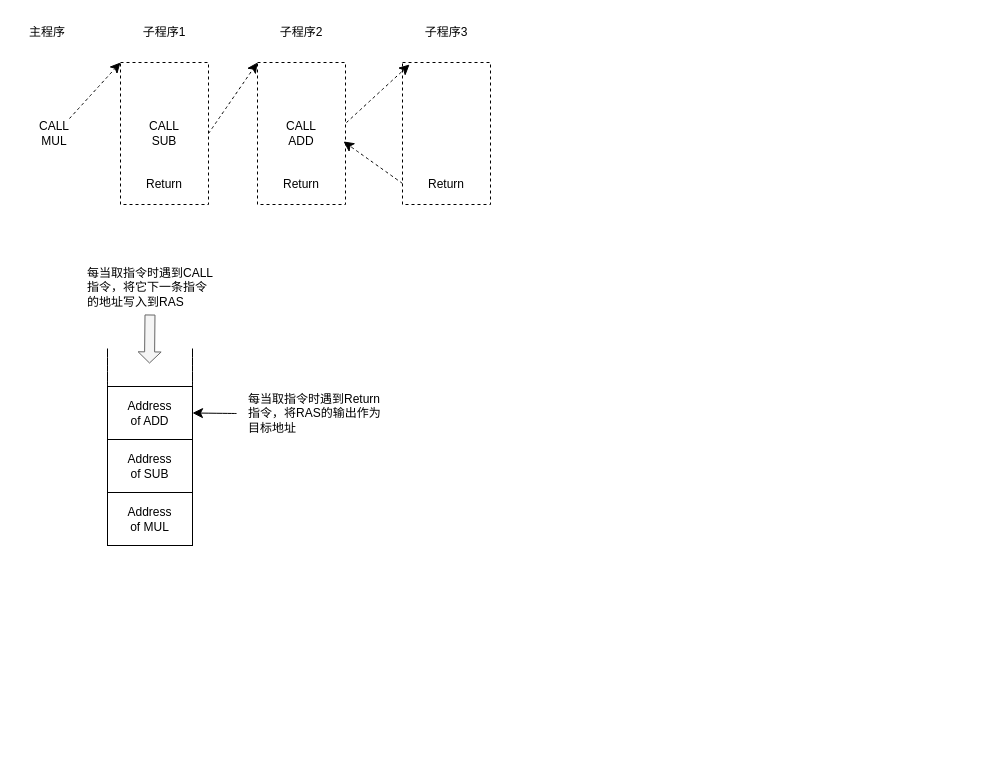
This is page "第 1 页" (1 of 2) of directory/RAS.drawio from lllwwwooo/draw.io, a draw.io file, before an edit. Source tidied: cells renumbered, new cells numbered last; positions are measured from the earlier drawing's top-left corner, leaving out a move shared by most shapes. Both pictures are drawn from the tidied source at 100%, with x=0, y=0 at pixel (17, 17).
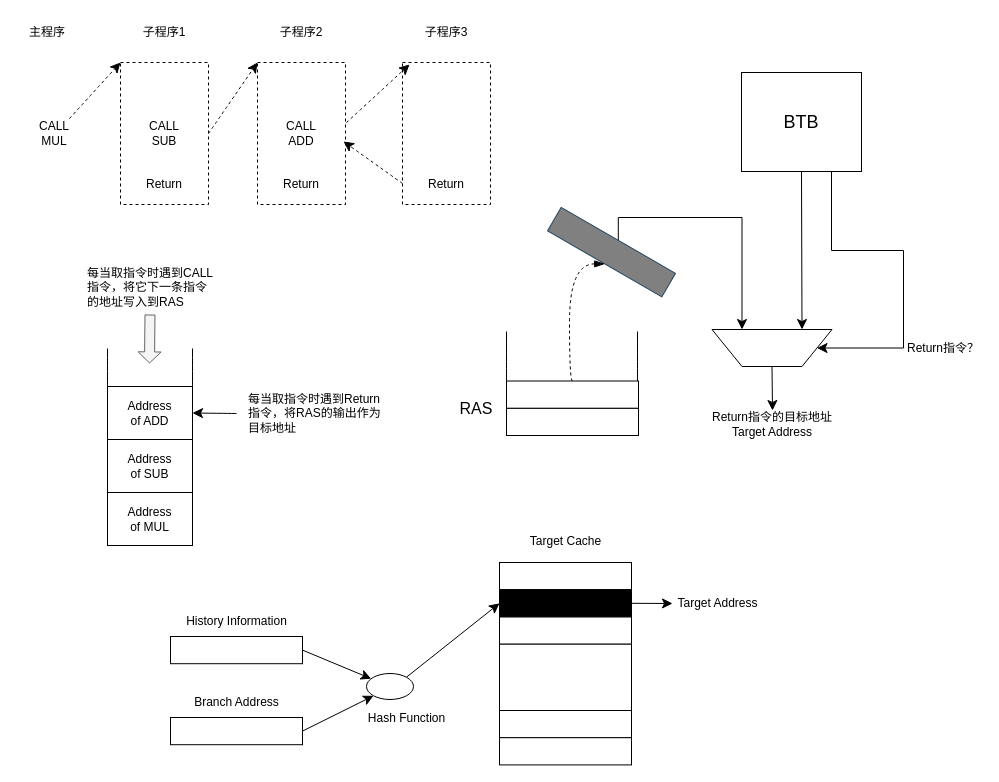
The same diagram, later.

The edit, as a diff of the source:
```diff
@@
+    <mxCell id="23" style="group;" parent="1" vertex="1">
+      <mxGeometry x="489" y="344" width="132" height="74" as="geometry" />
+    </mxCell>
+    <mxCell id="24" style="rounded=0;whiteSpace=wrap;html=1;" parent="23" vertex="1">
+      <mxGeometry y="46.8" width="132" height="27.2" as="geometry" />
+    </mxCell>
+    <mxCell id="25" style="rounded=0;whiteSpace=wrap;html=1;" parent="23" vertex="1">
+      <mxGeometry y="19.5" width="132" height="27.2" as="geometry" />
+    </mxCell>
+    <mxCell id="26" style="endArrow=none;html=1;rounded=0;fontSize=12;startSize=8;endSize=8;curved=1;exitX=0;exitY=0;exitDx=0;exitDy=0;" parent="23" edge="1" source="25">
+      <mxGeometry relative="1" as="geometry">
+        <mxPoint y="-30" as="targetPoint" />
+      </mxGeometry>
+    </mxCell>
+    <mxCell id="27" style="endArrow=none;html=1;rounded=0;fontSize=12;startSize=8;endSize=8;curved=1;exitX=1;exitY=0;exitDx=0;exitDy=0;" parent="23" edge="1">
+      <mxGeometry relative="1" as="geometry">
+        <mxPoint x="131" y="19.5" as="sourcePoint" />
+        <mxPoint x="131" y="-30" as="targetPoint" />
+      </mxGeometry>
+    </mxCell>
+    <mxCell id="28" style="edgeStyle=elbowEdgeStyle;shape=connector;rounded=0;jettySize=auto;html=1;exitX=0.5;exitY=0;exitDx=0;exitDy=0;entryX=0.75;entryY=1;entryDx=0;entryDy=0;strokeColor=default;align=center;verticalAlign=middle;fontFamily=Helvetica;fontSize=12;fontColor=default;labelBackgroundColor=default;startSize=8;endArrow=classic;endFill=1;endSize=8;elbow=vertical;" parent="1" edge="1" source="29" target="32">
+      <mxGeometry relative="1" as="geometry">
+        <Array as="points">
+          <mxPoint x="669" y="200" />
+        </Array>
+      </mxGeometry>
+    </mxCell>
+    <mxCell id="29" style="rounded=0;whiteSpace=wrap;html=1;fillColor=#808080;strokeColor=#23445d;rotation=30;" parent="1" vertex="1">
+      <mxGeometry x="528" y="221" width="132" height="27.2" as="geometry" />
+    </mxCell>
+    <mxCell id="30" style="edgeStyle=orthogonalEdgeStyle;rounded=0;jettySize=auto;html=1;exitX=0.5;exitY=0;exitDx=0;exitDy=0;entryX=0.5;entryY=1;entryDx=0;entryDy=0;fontSize=12;startSize=8;endSize=8;curved=1;dashed=1;endArrow=blockThin;endFill=1;strokeWidth=1;" parent="1" edge="1" source="25" target="29">
+      <mxGeometry relative="1" as="geometry">
+        <Array as="points">
+          <mxPoint x="552" y="364" />
+          <mxPoint x="552" y="246" />
+        </Array>
+      </mxGeometry>
+    </mxCell>
+    <mxCell id="31" style="edgeStyle=none;shape=connector;rounded=0;jettySize=auto;html=1;exitX=0.5;exitY=0;exitDx=0;exitDy=0;strokeColor=default;align=center;verticalAlign=middle;fontFamily=Helvetica;fontSize=12;fontColor=default;labelBackgroundColor=default;startSize=8;endArrow=classic;endFill=1;endSize=8;" parent="1" edge="1" source="32">
+      <mxGeometry relative="1" as="geometry">
+        <mxPoint x="755" y="393" as="targetPoint" />
+      </mxGeometry>
+    </mxCell>
+    <mxCell id="32" style="shape=trapezoid;perimeter=trapezoidPerimeter;whiteSpace=wrap;html=1;fixedSize=1;fontFamily=Helvetica;fontSize=12;fontColor=default;labelBackgroundColor=default;rotation=-180;size=30;" parent="1" vertex="1">
+      <mxGeometry x="694.5" y="312" width="120" height="37" as="geometry" />
+    </mxCell>
+    <mxCell id="33" style="shape=connector;rounded=0;jettySize=auto;html=1;exitX=0.5;exitY=1;exitDx=0;exitDy=0;entryX=0.25;entryY=1;entryDx=0;entryDy=0;strokeColor=default;align=center;verticalAlign=middle;fontFamily=Helvetica;fontSize=12;fontColor=default;labelBackgroundColor=default;startSize=8;endArrow=classic;endFill=1;endSize=8;" parent="1" edge="1" source="34" target="32">
+      <mxGeometry relative="1" as="geometry" />
+    </mxCell>
+    <mxCell id="34" value="&lt;font style=&quot;font-size: 18px;&quot;&gt;BTB&lt;/font&gt;" style="rounded=0;whiteSpace=wrap;html=1;fontFamily=Helvetica;fontSize=12;fontColor=default;labelBackgroundColor=default;" parent="1" vertex="1">
+      <mxGeometry x="724" y="55" width="120" height="99" as="geometry" />
+    </mxCell>
+    <mxCell id="35" style="endArrow=classic;html=1;rounded=0;strokeColor=default;align=center;verticalAlign=middle;fontFamily=Helvetica;fontSize=12;fontColor=default;labelBackgroundColor=default;startSize=8;endSize=8;exitX=0.75;exitY=1;exitDx=0;exitDy=0;entryX=0;entryY=0.5;entryDx=0;entryDy=0;edgeStyle=orthogonalEdgeStyle;" parent="1" edge="1" source="34" target="32">
+      <mxGeometry relative="1" as="geometry">
+        <Array as="points">
+          <mxPoint x="814" y="233" />
+          <mxPoint x="886" y="233" />
+          <mxPoint x="886" y="331" />
+        </Array>
+      </mxGeometry>
+    </mxCell>
+    <mxCell id="36" value="Return指令的目标地址&lt;div&gt;Target Address&lt;/div&gt;" style="text;html=1;align=center;verticalAlign=middle;whiteSpace=wrap;rounded=0;fontFamily=Helvetica;fontSize=12;fontColor=default;labelBackgroundColor=default;" parent="1" vertex="1">
+      <mxGeometry x="689.8" y="392" width="129.5" height="30" as="geometry" />
+    </mxCell>
+    <mxCell id="37" value="&lt;font style=&quot;font-size: 16px;&quot;&gt;RAS&lt;/font&gt;" style="text;html=1;align=center;verticalAlign=middle;whiteSpace=wrap;rounded=0;fontFamily=Helvetica;fontSize=12;fontColor=default;labelBackgroundColor=default;" parent="1" vertex="1">
+      <mxGeometry x="429" y="376" width="60" height="30" as="geometry" />
+    </mxCell>
+    <mxCell id="38" value="Return指令？" style="text;html=1;align=center;verticalAlign=middle;whiteSpace=wrap;rounded=0;fontFamily=Helvetica;fontSize=12;fontColor=default;labelBackgroundColor=default;" parent="1" vertex="1">
+      <mxGeometry x="887" y="315.5" width="78" height="30" as="geometry" />
+    </mxCell>
+    <mxCell id="39" style="edgeStyle=none;shape=connector;rounded=0;jettySize=auto;html=1;exitX=1;exitY=0.5;exitDx=0;exitDy=0;strokeColor=default;align=center;verticalAlign=middle;fontFamily=Helvetica;fontSize=12;fontColor=default;labelBackgroundColor=default;startSize=8;endArrow=classic;endFill=1;endSize=8;" parent="1" edge="1" source="40" target="46">
+      <mxGeometry relative="1" as="geometry" />
+    </mxCell>
+    <mxCell id="40" style="rounded=0;whiteSpace=wrap;html=1;" parent="1" vertex="1">
+      <mxGeometry x="153" y="619" width="132" height="27.2" as="geometry" />
+    </mxCell>
+    <mxCell id="41" style="edgeStyle=none;shape=connector;rounded=0;jettySize=auto;html=1;exitX=1;exitY=0.5;exitDx=0;exitDy=0;entryX=0;entryY=1;entryDx=0;entryDy=0;strokeColor=default;align=center;verticalAlign=middle;fontFamily=Helvetica;fontSize=12;fontColor=default;labelBackgroundColor=default;startSize=8;endArrow=classic;endFill=1;endSize=8;" parent="1" edge="1" source="42" target="46">
+      <mxGeometry relative="1" as="geometry" />
+    </mxCell>
+    <mxCell id="42" style="rounded=0;whiteSpace=wrap;html=1;" parent="1" vertex="1">
+      <mxGeometry x="153" y="700" width="132" height="27.2" as="geometry" />
+    </mxCell>
+    <mxCell id="43" value="History Information" style="text;html=1;align=center;verticalAlign=middle;whiteSpace=wrap;rounded=0;" parent="1" vertex="1">
+      <mxGeometry x="161.5" y="589" width="115" height="30" as="geometry" />
+    </mxCell>
+    <mxCell id="44" value="Branch Address" style="text;html=1;align=center;verticalAlign=middle;whiteSpace=wrap;rounded=0;" parent="1" vertex="1">
+      <mxGeometry x="161.5" y="670" width="115" height="30" as="geometry" />
+    </mxCell>
+    <mxCell id="45" style="edgeStyle=none;shape=connector;rounded=0;jettySize=auto;html=1;exitX=1;exitY=0;exitDx=0;exitDy=0;entryX=0;entryY=0.5;entryDx=0;entryDy=0;strokeColor=default;align=center;verticalAlign=middle;fontFamily=Helvetica;fontSize=12;fontColor=default;labelBackgroundColor=default;startSize=8;endArrow=classic;endFill=1;endSize=8;" parent="1" edge="1" source="46" target="49">
+      <mxGeometry relative="1" as="geometry" />
+    </mxCell>
+    <mxCell id="46" style="ellipse;whiteSpace=wrap;html=1;rounded=0;strokeColor=default;align=center;verticalAlign=middle;fontFamily=Helvetica;fontSize=12;fontColor=default;labelBackgroundColor=default;fillColor=default;" parent="1" vertex="1">
+      <mxGeometry x="349" y="656" width="47" height="26" as="geometry" />
+    </mxCell>
+    <mxCell id="47" style="group;" parent="1" vertex="1">
+      <mxGeometry x="482" y="545" width="132" height="202.5" as="geometry" />
+    </mxCell>
+    <mxCell id="48" style="rounded=0;whiteSpace=wrap;html=1;" parent="47" vertex="1">
+      <mxGeometry width="132" height="27.2" as="geometry" />
+    </mxCell>
+    <mxCell id="49" style="rounded=0;whiteSpace=wrap;html=1;fillColor=#000000;" parent="47" vertex="1">
+      <mxGeometry y="27.2" width="132" height="27.2" as="geometry" />
+    </mxCell>
+    <mxCell id="50" style="rounded=0;whiteSpace=wrap;html=1;" parent="47" vertex="1">
+      <mxGeometry y="54.5" width="132" height="27.2" as="geometry" />
+    </mxCell>
+    <mxCell id="51" style="rounded=0;whiteSpace=wrap;html=1;" parent="47" vertex="1">
+      <mxGeometry y="81.7" width="132" height="66.3" as="geometry" />
+    </mxCell>
+    <mxCell id="52" style="rounded=0;whiteSpace=wrap;html=1;" parent="47" vertex="1">
+      <mxGeometry y="148" width="132" height="27.2" as="geometry" />
+    </mxCell>
+    <mxCell id="53" style="rounded=0;whiteSpace=wrap;html=1;" parent="47" vertex="1">
+      <mxGeometry y="175.2" width="132" height="27.2" as="geometry" />
+    </mxCell>
+    <mxCell id="54" value="Hash Function" style="text;html=1;align=center;verticalAlign=middle;whiteSpace=wrap;rounded=0;" parent="1" vertex="1">
+      <mxGeometry x="332" y="686" width="115" height="30" as="geometry" />
+    </mxCell>
+    <mxCell id="55" value="Target Cache" style="text;html=1;align=center;verticalAlign=middle;whiteSpace=wrap;rounded=0;" parent="1" vertex="1">
+      <mxGeometry x="490.5" y="509" width="115" height="30" as="geometry" />
+    </mxCell>
+    <mxCell id="56" value="Target Address" style="text;html=1;align=center;verticalAlign=middle;whiteSpace=wrap;rounded=0;" parent="1" vertex="1">
+      <mxGeometry x="655" y="571" width="91" height="30" as="geometry" />
+    </mxCell>
+    <mxCell id="57" style="edgeStyle=none;shape=connector;rounded=0;jettySize=auto;html=1;exitX=1;exitY=0.5;exitDx=0;exitDy=0;entryX=0;entryY=0.5;entryDx=0;entryDy=0;strokeColor=default;align=center;verticalAlign=middle;fontFamily=Helvetica;fontSize=12;fontColor=default;labelBackgroundColor=default;startSize=8;endArrow=classic;endFill=1;endSize=8;" parent="1" edge="1" source="49" target="56">
+      <mxGeometry relative="1" as="geometry" />
+    </mxCell>
```
